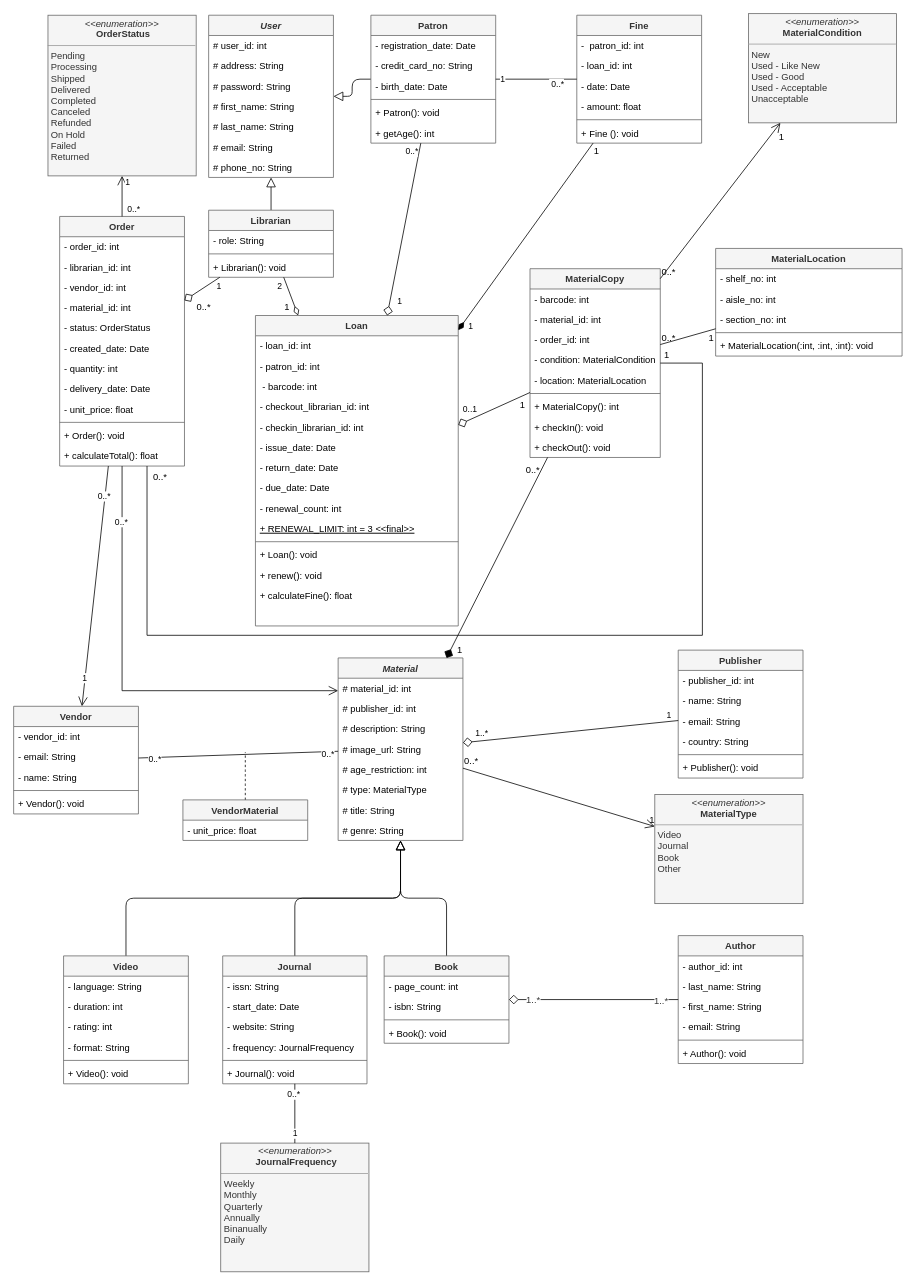
Above: docs/assets/uml-class-diagram.drawio in creme332/biblionex (draw.io), before the change. Source tidied: cells renumbered, new cells numbered last; positions are measured from the earlier drawing's top-left corner, leaving out a move shared by most shapes. Both pictures are drawn from the tidied source at 78%, with x=0, y=0 at pixel (13, 13).
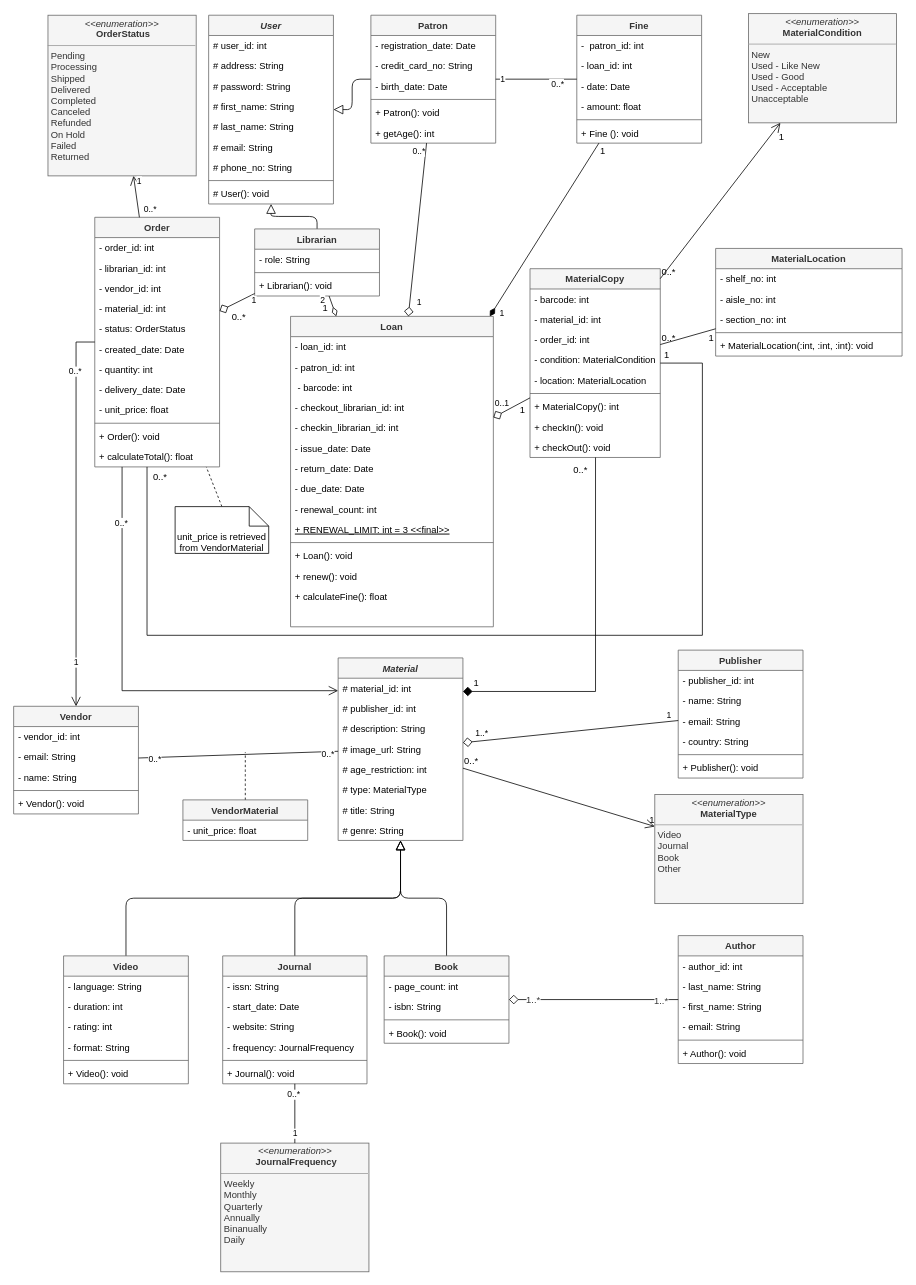
Above is the later version.

Commit message:
add note to order, add constructor to User

The change refers to these unchanged cells:
```xml
<mxCell id="46" value="Material" style="swimlane;fontStyle=3;align=center;verticalAlign=top;horizontal=1;startSize=26;fillColor=#f5f5f5;strokeColor=#666666;fontColor=#333333;" parent="1" vertex="1">
  <mxGeometry x="416" y="826" width="160" height="234" as="geometry" />
</mxCell>
<mxCell id="68" value="MaterialCopy" style="swimlane;fontStyle=1;align=center;verticalAlign=top;horizontal=1;startSize=26;fillColor=#f5f5f5;strokeColor=#666666;fontColor=#333333;" parent="1" vertex="1">
  <mxGeometry x="662" y="327" width="167" height="242" as="geometry" />
</mxCell>
<mxCell id="78" value="Vendor" style="swimlane;fontStyle=1;align=center;verticalAlign=top;horizontal=1;startSize=26;fillColor=#f5f5f5;strokeColor=#666666;fontColor=#333333;" parent="1" vertex="1">
  <mxGeometry y="888" width="160" height="138" as="geometry" />
</mxCell>
```

What changed in the source:
```diff
@@
     <mxCell id="2" value="User" style="swimlane;fontStyle=3;align=center;verticalAlign=top;horizontal=1;startSize=26;fillColor=#f5f5f5;fontColor=#333333;strokeColor=#666666;" parent="1" vertex="1">
-      <mxGeometry x="250" y="2" width="160" height="208" as="geometry" />
+      <mxGeometry x="250" y="2" width="160" height="242" as="geometry" />
     </mxCell>
@@
+    <mxCell id="186" style="line;strokeWidth=1;fillColor=none;align=left;verticalAlign=middle;spacingTop=-1;spacingLeft=3;spacingRight=3;labelPosition=right;strokeColor=inherit;" parent="2" vertex="1">
+      <mxGeometry y="208" width="160" height="8" as="geometry" />
+    </mxCell>
+    <mxCell id="187" value="# User(): void" style="text;strokeColor=none;fillColor=none;align=left;verticalAlign=top;spacingLeft=4;spacingRight=4;overflow=hidden;" parent="2" vertex="1">
+      <mxGeometry y="216" width="160" height="26" as="geometry" />
+    </mxCell>
@@
     <mxCell id="11" value="Librarian" style="swimlane;fontStyle=1;align=center;verticalAlign=top;horizontal=1;startSize=26;fillColor=#f5f5f5;strokeColor=#666666;fontColor=#333333;" parent="1" vertex="1">
-      <mxGeometry x="250" y="252" width="160" height="86" as="geometry" />
+      <mxGeometry x="309" y="276" width="160" height="86" as="geometry" />
     </mxCell>
@@
     <mxCell id="23" value="Loan" style="swimlane;fontStyle=1;align=center;verticalAlign=top;horizontal=1;startSize=26;fillColor=#f5f5f5;strokeColor=#666666;fontColor=#333333;" parent="1" vertex="1">
-      <mxGeometry x="310" y="387" width="260" height="398" as="geometry" />
+      <mxGeometry x="355" y="388.1" width="260" height="398" as="geometry" />
     </mxCell>
@@
     <mxCell id="55" value="Order" style="swimlane;fontStyle=1;align=center;verticalAlign=top;horizontal=1;startSize=26;fillColor=#f5f5f5;strokeColor=#666666;fontColor=#333333;" parent="1" vertex="1">
-      <mxGeometry x="59" y="260" width="160" height="320" as="geometry" />
+      <mxGeometry x="104" y="261.1" width="160" height="320" as="geometry" />
     </mxCell>
@@
-    <mxCell id="126" style="endArrow=none;html=1;rounded=0;startSize=10;endSize=10;startArrow=diamond;startFill=1;" parent="1" edge="1" source="46" target="68">
-      <mxGeometry relative="1" as="geometry" />
+    <mxCell id="126" style="endArrow=none;html=1;rounded=0;startSize=10;endSize=10;startArrow=diamond;startFill=1;edgeStyle=orthogonalEdgeStyle;" parent="1" edge="1" source="46" target="68">
+      <mxGeometry relative="1" as="geometry">
+        <Array as="points">
+          <mxPoint x="746" y="869" />
+        </Array>
+      </mxGeometry>
     </mxCell>
@@
-    <mxCell id="160" style="endArrow=none;html=1;rounded=0;startSize=10;endSize=10;sourcePerimeterSpacing=0;targetPerimeterSpacing=0;startArrow=open;startFill=0;" parent="1" edge="1" source="78" target="55">
-      <mxGeometry relative="1" as="geometry" />
+    <mxCell id="160" style="endArrow=none;html=1;rounded=0;startSize=10;endSize=10;sourcePerimeterSpacing=0;targetPerimeterSpacing=0;startArrow=open;startFill=0;edgeStyle=orthogonalEdgeStyle;" parent="1" edge="1" source="78" target="55">
+      <mxGeometry relative="1" as="geometry">
+        <Array as="points">
+          <mxPoint x="80" y="421" />
+        </Array>
+      </mxGeometry>
     </mxCell>
@@
+    <mxCell id="188" style="edgeStyle=none;html=1;exitX=0.5;exitY=0;exitDx=0;exitDy=0;exitPerimeter=0;dashed=1;endArrow=none;endFill=0;" parent="1" edge="1" source="189" target="55">
+      <mxGeometry relative="1" as="geometry" />
+    </mxCell>
+    <mxCell id="189" value="unit_price is retrieved from VendorMaterial" style="shape=note2;boundedLbl=1;whiteSpace=wrap;html=1;size=25;verticalAlign=top;align=center;" parent="1" vertex="1">
+      <mxGeometry x="207" y="632" width="120" height="60" as="geometry" />
+    </mxCell>
```
